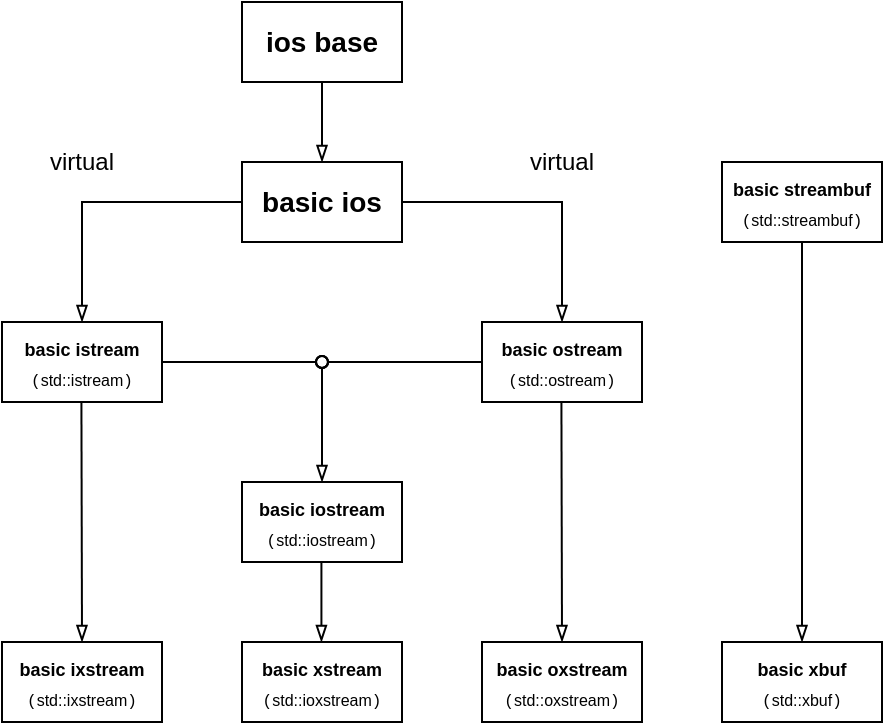
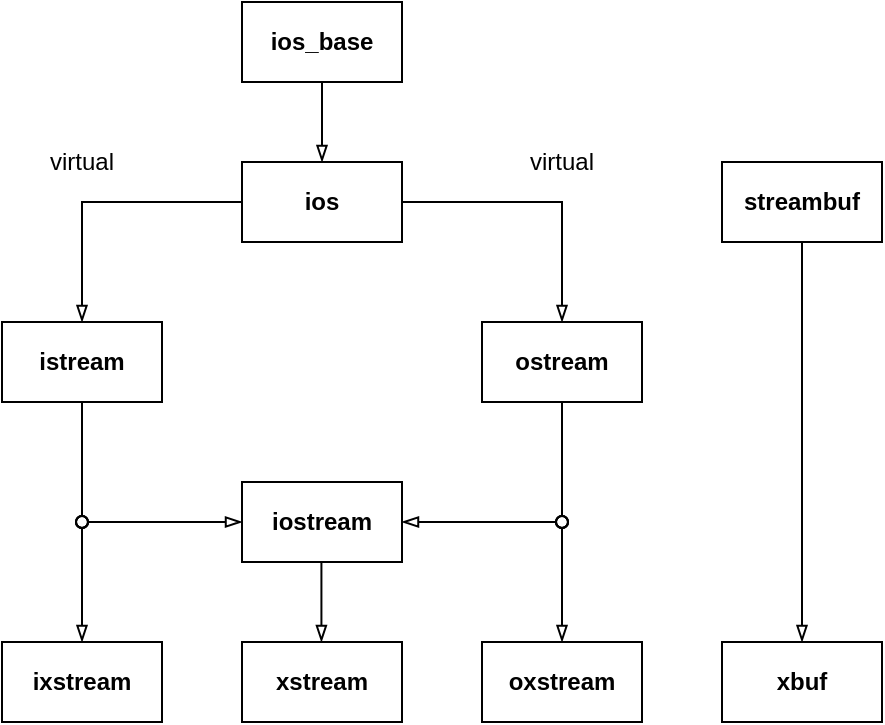
<mxfile host="app.diagrams.net" agent="Mozilla/5.0 (X11; Linux x86_64) AppleWebKit/537.36 (KHTML, like Gecko) Chrome/146.0.0.0 Safari/537.36">
  <diagram name="Страница — 1" id="DQ8imi5eh9gdpLCtXENQ">
-     <mxGraphModel dx="539" dy="317" grid="1" gridSize="10" guides="1" tooltips="1" connect="1" arrows="1" fold="1" page="0" pageScale="1" pageWidth="827" pageHeight="1169" math="0" shadow="0">
+     <mxGraphModel dx="1586" dy="933" grid="1" gridSize="10" guides="1" tooltips="1" connect="1" arrows="1" fold="1" page="0" pageScale="1" pageWidth="827" pageHeight="1169" math="0" shadow="0">
      <root>
        <mxCell id="0" />
        <mxCell id="1" parent="0" />
-         <mxCell id="uXNf4TVWvwjsxXdPjGZj-1" parent="1" style="rounded=0;whiteSpace=wrap;html=1;fontFamily=Helvetica;" value="&lt;b&gt;&lt;font style=&quot;font-size: 14px;&quot;&gt;ios base&lt;/font&gt;&lt;/b&gt;" vertex="1">
+         <mxCell id="uXNf4TVWvwjsxXdPjGZj-1" parent="1" style="rounded=0;whiteSpace=wrap;html=1;fontFamily=Helvetica;fontSize=9;" value="&lt;b&gt;&lt;font style=&quot;font-size: 12px;&quot;&gt;ios_base&lt;/font&gt;&lt;/b&gt;" vertex="1">
          <mxGeometry height="40" width="80" x="360" y="280" as="geometry" />
        </mxCell>
-         <mxCell id="uXNf4TVWvwjsxXdPjGZj-2" parent="1" style="rounded=0;whiteSpace=wrap;html=1;fontFamily=Helvetica;" value="&lt;b&gt;&lt;font style=&quot;font-size: 14px;&quot;&gt;basic ios&lt;/font&gt;&lt;/b&gt;" vertex="1">
+         <mxCell id="uXNf4TVWvwjsxXdPjGZj-2" parent="1" style="rounded=0;whiteSpace=wrap;html=1;fontFamily=Helvetica;fontSize=9;" value="&lt;b&gt;&lt;font style=&quot;font-size: 12px;&quot;&gt;ios&lt;/font&gt;&lt;/b&gt;" vertex="1">
          <mxGeometry height="40" width="80" x="360" y="360" as="geometry" />
        </mxCell>
-         <mxCell id="uXNf4TVWvwjsxXdPjGZj-3" parent="1" style="rounded=0;whiteSpace=wrap;html=1;fontFamily=Helvetica;" value="&lt;b&gt;&lt;font style=&quot;font-size: 9px;&quot;&gt;basic istream&lt;/font&gt;&lt;/b&gt;&lt;div&gt;&lt;span style=&quot;background-color: initial;&quot;&gt;&lt;font style=&quot;font-size: 8px;&quot;&gt;&lt;font face=&quot;Courier New&quot;&gt;(&lt;/font&gt;std::istream&lt;font face=&quot;Courier New&quot;&gt;)&lt;/font&gt;&lt;/font&gt;&lt;/span&gt;&lt;/div&gt;" vertex="1">
+         <mxCell id="uXNf4TVWvwjsxXdPjGZj-3" parent="1" style="rounded=0;whiteSpace=wrap;html=1;fontFamily=Helvetica;fontSize=9;" value="&lt;span style=&quot;background-color: initial; color: light-dark(rgb(0, 0, 0), rgb(255, 255, 255));&quot;&gt;&lt;b&gt;&lt;font style=&quot;font-size: 12px;&quot;&gt;istream&lt;/font&gt;&lt;/b&gt;&lt;/span&gt;" vertex="1">
          <mxGeometry height="40" width="80" x="240" y="440" as="geometry" />
        </mxCell>
-         <mxCell id="uXNf4TVWvwjsxXdPjGZj-4" parent="1" style="rounded=0;whiteSpace=wrap;html=1;fontFamily=Helvetica;" value="&lt;b&gt;&lt;font style=&quot;font-size: 9px;&quot;&gt;basic ostream&lt;/font&gt;&lt;/b&gt;&lt;div&gt;&lt;span style=&quot;background-color: initial;&quot;&gt;&lt;font style=&quot;font-size: 8px;&quot;&gt;&lt;font face=&quot;Courier New&quot;&gt;(&lt;/font&gt;std::ostream&lt;font face=&quot;Courier New&quot;&gt;)&lt;/font&gt;&lt;/font&gt;&lt;/span&gt;&lt;/div&gt;" vertex="1">
+         <mxCell id="uXNf4TVWvwjsxXdPjGZj-4" parent="1" style="rounded=0;whiteSpace=wrap;html=1;fontFamily=Helvetica;fontSize=9;" value="&lt;span style=&quot;background-color: initial; color: light-dark(rgb(0, 0, 0), rgb(255, 255, 255));&quot;&gt;&lt;b&gt;&lt;font style=&quot;font-size: 12px;&quot;&gt;ostream&lt;/font&gt;&lt;/b&gt;&lt;/span&gt;" vertex="1">
          <mxGeometry height="40" width="80" x="480" y="440" as="geometry" />
        </mxCell>
-         <mxCell id="uXNf4TVWvwjsxXdPjGZj-5" parent="1" style="rounded=0;whiteSpace=wrap;html=1;fontFamily=Helvetica;" value="&lt;b&gt;&lt;font style=&quot;font-size: 9px;&quot;&gt;basic iostream&lt;/font&gt;&lt;/b&gt;&lt;div&gt;&lt;span style=&quot;background-color: initial;&quot;&gt;&lt;font style=&quot;font-size: 8px;&quot;&gt;&lt;font face=&quot;Courier New&quot;&gt;(&lt;/font&gt;std::iostream&lt;font face=&quot;Courier New&quot;&gt;)&lt;/font&gt;&lt;/font&gt;&lt;/span&gt;&lt;/div&gt;" vertex="1">
+         <mxCell id="uXNf4TVWvwjsxXdPjGZj-5" parent="1" style="rounded=0;whiteSpace=wrap;html=1;fontFamily=Helvetica;fontSize=9;" value="&lt;span style=&quot;background-color: initial; color: light-dark(rgb(0, 0, 0), rgb(255, 255, 255));&quot;&gt;&lt;b&gt;&lt;font style=&quot;font-size: 12px;&quot;&gt;iostream&lt;/font&gt;&lt;/b&gt;&lt;/span&gt;" vertex="1">
          <mxGeometry height="40" width="80" x="360" y="520" as="geometry" />
        </mxCell>
        <mxCell id="uXNf4TVWvwjsxXdPjGZj-6" edge="1" parent="1" source="uXNf4TVWvwjsxXdPjGZj-3" style="endArrow=none;html=1;rounded=0;exitX=0.5;exitY=0;exitDx=0;exitDy=0;entryX=0;entryY=0.5;entryDx=0;entryDy=0;endFill=0;fontFamily=Helvetica;startFill=0;startArrow=blockThin;" target="uXNf4TVWvwjsxXdPjGZj-2" value="">
          <mxGeometry height="50" relative="1" width="50" as="geometry">
            <Array as="points">
              <mxPoint x="280" y="380" />
            </Array>
            <mxPoint x="230" y="310" as="sourcePoint" />
            <mxPoint x="280" y="260" as="targetPoint" />
          </mxGeometry>
        </mxCell>
        <mxCell id="uXNf4TVWvwjsxXdPjGZj-7" edge="1" parent="1" source="uXNf4TVWvwjsxXdPjGZj-4" style="endArrow=none;html=1;rounded=0;entryX=1;entryY=0.5;entryDx=0;entryDy=0;endFill=0;exitX=0.5;exitY=0;exitDx=0;exitDy=0;fontFamily=Helvetica;startFill=0;startArrow=blockThin;" target="uXNf4TVWvwjsxXdPjGZj-2" value="">
          <mxGeometry height="50" relative="1" width="50" as="geometry">
            <Array as="points">
              <mxPoint x="520" y="380" />
            </Array>
            <mxPoint x="550" y="330" as="sourcePoint" />
            <mxPoint x="370" y="310" as="targetPoint" />
          </mxGeometry>
        </mxCell>
        <mxCell id="uXNf4TVWvwjsxXdPjGZj-9" edge="1" parent="1" source="uXNf4TVWvwjsxXdPjGZj-2" style="endArrow=none;html=1;rounded=0;exitX=0.5;exitY=0;exitDx=0;exitDy=0;entryX=0.5;entryY=1;entryDx=0;entryDy=0;endFill=0;fontFamily=Helvetica;startFill=0;startArrow=blockThin;" target="uXNf4TVWvwjsxXdPjGZj-1" value="">
          <mxGeometry height="50" relative="1" width="50" as="geometry">
            <mxPoint x="470" y="350" as="sourcePoint" />
            <mxPoint x="520" y="300" as="targetPoint" />
          </mxGeometry>
        </mxCell>
-         <mxCell id="uXNf4TVWvwjsxXdPjGZj-14" parent="1" style="rounded=0;whiteSpace=wrap;html=1;fontFamily=Helvetica;" value="&lt;b&gt;&lt;font style=&quot;font-size: 9px;&quot;&gt;basic oxstream&lt;/font&gt;&lt;/b&gt;&lt;div&gt;&lt;span style=&quot;background-color: initial;&quot;&gt;&lt;font style=&quot;font-size: 8px;&quot;&gt;&lt;font face=&quot;Courier New&quot;&gt;(&lt;/font&gt;std::oxstream&lt;font face=&quot;Courier New&quot;&gt;)&lt;/font&gt;&lt;/font&gt;&lt;/span&gt;&lt;/div&gt;" vertex="1">
+         <mxCell id="uXNf4TVWvwjsxXdPjGZj-14" parent="1" style="rounded=0;whiteSpace=wrap;html=1;fontFamily=Helvetica;fontSize=9;" value="&lt;span style=&quot;background-color: initial; color: light-dark(rgb(0, 0, 0), rgb(255, 255, 255));&quot;&gt;&lt;b&gt;&lt;font style=&quot;font-size: 12px;&quot;&gt;oxstream&lt;/font&gt;&lt;/b&gt;&lt;/span&gt;" vertex="1">
          <mxGeometry height="40" width="80" x="480" y="600" as="geometry" />
        </mxCell>
-         <mxCell id="uXNf4TVWvwjsxXdPjGZj-15" parent="1" style="rounded=0;whiteSpace=wrap;html=1;fontFamily=Helvetica;" value="&lt;b&gt;&lt;font style=&quot;font-size: 9px;&quot;&gt;basic ixstream&lt;/font&gt;&lt;/b&gt;&lt;div&gt;&lt;span style=&quot;background-color: initial;&quot;&gt;&lt;font style=&quot;font-size: 8px;&quot;&gt;&lt;font face=&quot;Courier New&quot;&gt;(&lt;/font&gt;std::ixstream&lt;font face=&quot;Courier New&quot;&gt;)&lt;/font&gt;&lt;/font&gt;&lt;/span&gt;&lt;/div&gt;" vertex="1">
+         <mxCell id="uXNf4TVWvwjsxXdPjGZj-15" parent="1" style="rounded=0;whiteSpace=wrap;html=1;fontFamily=Helvetica;fontSize=9;" value="&lt;span style=&quot;background-color: initial; color: light-dark(rgb(0, 0, 0), rgb(255, 255, 255));&quot;&gt;&lt;b&gt;&lt;font style=&quot;font-size: 12px;&quot;&gt;ixstream&lt;/font&gt;&lt;/b&gt;&lt;/span&gt;" vertex="1">
          <mxGeometry height="40" width="80" x="240" y="600" as="geometry" />
        </mxCell>
-         <mxCell id="uXNf4TVWvwjsxXdPjGZj-16" parent="1" style="rounded=0;whiteSpace=wrap;html=1;fontFamily=Helvetica;" value="&lt;b&gt;&lt;font style=&quot;font-size: 9px;&quot;&gt;basic xstream&lt;/font&gt;&lt;/b&gt;&lt;div&gt;&lt;span style=&quot;background-color: initial;&quot;&gt;&lt;font style=&quot;font-size: 8px;&quot;&gt;&lt;font face=&quot;Courier New&quot;&gt;(&lt;/font&gt;std::ioxstream&lt;font face=&quot;Courier New&quot;&gt;)&lt;/font&gt;&lt;/font&gt;&lt;/span&gt;&lt;/div&gt;" vertex="1">
+         <mxCell id="uXNf4TVWvwjsxXdPjGZj-16" parent="1" style="rounded=0;whiteSpace=wrap;html=1;fontFamily=Helvetica;fontSize=9;" value="&lt;span style=&quot;background-color: initial; color: light-dark(rgb(0, 0, 0), rgb(255, 255, 255));&quot;&gt;&lt;b&gt;&lt;font style=&quot;font-size: 12px;&quot;&gt;xstream&lt;/font&gt;&lt;/b&gt;&lt;/span&gt;" vertex="1">
          <mxGeometry height="40" width="80" x="360" y="600" as="geometry" />
        </mxCell>
-         <mxCell id="uXNf4TVWvwjsxXdPjGZj-17" edge="1" parent="1" source="uXNf4TVWvwjsxXdPjGZj-15" style="endArrow=none;html=1;rounded=0;exitX=0.5;exitY=0;exitDx=0;exitDy=0;entryX=0.5;entryY=1;entryDx=0;entryDy=0;endFill=0;fontFamily=Helvetica;startFill=0;startArrow=blockThin;" value="">
+         <mxCell id="uXNf4TVWvwjsxXdPjGZj-17" edge="1" parent="1" source="uXNf4TVWvwjsxXdPjGZj-15" style="endArrow=oval;html=1;rounded=0;exitX=0.5;exitY=0;exitDx=0;exitDy=0;endFill=0;fontFamily=Helvetica;startFill=0;startArrow=blockThin;" value="">
          <mxGeometry height="50" relative="1" width="50" as="geometry">
            <mxPoint x="279.71000000000004" y="520" as="sourcePoint" />
-             <mxPoint x="279.71000000000004" y="480" as="targetPoint" />
+             <mxPoint x="280" y="540" as="targetPoint" />
          </mxGeometry>
        </mxCell>
        <mxCell id="uXNf4TVWvwjsxXdPjGZj-18" edge="1" parent="1" style="endArrow=none;html=1;rounded=0;exitX=0.5;exitY=0;exitDx=0;exitDy=0;entryX=0.5;entryY=1;entryDx=0;entryDy=0;endFill=0;fontFamily=Helvetica;startFill=0;startArrow=blockThin;" value="">
          <mxGeometry height="50" relative="1" width="50" as="geometry">
            <mxPoint x="399.71" y="600" as="sourcePoint" />
            <mxPoint x="399.71" y="560" as="targetPoint" />
          </mxGeometry>
        </mxCell>
-         <mxCell id="uXNf4TVWvwjsxXdPjGZj-19" edge="1" parent="1" source="uXNf4TVWvwjsxXdPjGZj-14" style="endArrow=none;html=1;rounded=0;exitX=0.5;exitY=0;exitDx=0;exitDy=0;entryX=0.5;entryY=1;entryDx=0;entryDy=0;endFill=0;fontFamily=Helvetica;startFill=0;startArrow=blockThin;" value="">
+         <mxCell id="uXNf4TVWvwjsxXdPjGZj-19" edge="1" parent="1" source="uXNf4TVWvwjsxXdPjGZj-14" style="endArrow=oval;html=1;rounded=0;exitX=0.5;exitY=0;exitDx=0;exitDy=0;endFill=0;fontFamily=Helvetica;startFill=0;startArrow=blockThin;" value="">
          <mxGeometry height="50" relative="1" width="50" as="geometry">
            <mxPoint x="519.71" y="520" as="sourcePoint" />
-             <mxPoint x="519.71" y="480" as="targetPoint" />
+             <mxPoint x="520" y="540" as="targetPoint" />
          </mxGeometry>
        </mxCell>
-         <mxCell id="5mokgpeEaxBPW0fvR2Iq-12" parent="1" style="rounded=0;whiteSpace=wrap;html=1;fontFamily=Helvetica;" value="&lt;b&gt;&lt;font style=&quot;font-size: 9px;&quot;&gt;basic streambuf&lt;/font&gt;&lt;/b&gt;&lt;div&gt;&lt;font style=&quot;font-size: 8px;&quot;&gt;&lt;font face=&quot;Courier New&quot;&gt;(&lt;/font&gt;std::streambuf&lt;font face=&quot;Courier New&quot;&gt;)&lt;/font&gt;&lt;/font&gt;&lt;/div&gt;" vertex="1">
+         <mxCell id="5mokgpeEaxBPW0fvR2Iq-12" parent="1" style="rounded=0;whiteSpace=wrap;html=1;fontFamily=Helvetica;fontSize=9;" value="&lt;div&gt;&lt;font style=&quot;font-size: 12px;&quot;&gt;&lt;b style=&quot;&quot;&gt;streambuf&lt;/b&gt;&lt;/font&gt;&lt;/div&gt;" vertex="1">
          <mxGeometry height="40" width="80" x="600" y="360" as="geometry" />
        </mxCell>
-         <mxCell id="HcYr_ZRlxIs8V9ediCQU-1" edge="1" parent="1" source="uXNf4TVWvwjsxXdPjGZj-3" style="endArrow=oval;html=1;rounded=0;exitX=1;exitY=0.5;exitDx=0;exitDy=0;endFill=0;" value="">
+         <mxCell id="HcYr_ZRlxIs8V9ediCQU-1" edge="1" parent="1" source="uXNf4TVWvwjsxXdPjGZj-3" style="endArrow=oval;html=1;rounded=0;exitX=0.5;exitY=1;exitDx=0;exitDy=0;endFill=0;" value="">
          <mxGeometry height="50" relative="1" width="50" as="geometry">
            <mxPoint x="370" y="500" as="sourcePoint" />
-             <mxPoint x="400" y="460" as="targetPoint" />
+             <mxPoint x="280" y="540" as="targetPoint" />
          </mxGeometry>
        </mxCell>
-         <mxCell id="HcYr_ZRlxIs8V9ediCQU-2" edge="1" parent="1" style="endArrow=none;html=1;rounded=0;entryX=0;entryY=0.5;entryDx=0;entryDy=0;startArrow=oval;startFill=0;" target="uXNf4TVWvwjsxXdPjGZj-4" value="">
+         <mxCell id="HcYr_ZRlxIs8V9ediCQU-2" edge="1" parent="1" style="endArrow=none;html=1;rounded=0;entryX=0.5;entryY=1;entryDx=0;entryDy=0;startArrow=oval;startFill=0;" target="uXNf4TVWvwjsxXdPjGZj-4" value="">
          <mxGeometry height="50" relative="1" width="50" as="geometry">
-             <mxPoint x="400" y="460" as="sourcePoint" />
+             <mxPoint x="520" y="540" as="sourcePoint" />
            <mxPoint x="460" y="450" as="targetPoint" />
          </mxGeometry>
        </mxCell>
-         <mxCell id="HcYr_ZRlxIs8V9ediCQU-3" edge="1" parent="1" source="uXNf4TVWvwjsxXdPjGZj-5" style="endArrow=oval;html=1;rounded=0;endFill=0;exitX=0.5;exitY=0;exitDx=0;exitDy=0;startArrow=blockThin;startFill=0;" value="">
+         <mxCell id="HcYr_ZRlxIs8V9ediCQU-3" edge="1" parent="1" source="uXNf4TVWvwjsxXdPjGZj-5" style="endArrow=oval;html=1;rounded=0;endFill=0;exitX=0;exitY=0.5;exitDx=0;exitDy=0;startArrow=blockThin;startFill=0;" value="">
          <mxGeometry height="50" relative="1" width="50" as="geometry">
            <mxPoint x="310" y="520" as="sourcePoint" />
-             <mxPoint x="400" y="460" as="targetPoint" />
+             <mxPoint x="280" y="540" as="targetPoint" />
          </mxGeometry>
        </mxCell>
-         <mxCell id="zeRlFRXAHBMVNKAoWfBS-1" parent="1" style="rounded=0;whiteSpace=wrap;html=1;fontFamily=Helvetica;" value="&lt;b&gt;&lt;font style=&quot;font-size: 9px;&quot;&gt;basic xbuf&lt;/font&gt;&lt;/b&gt;&lt;div&gt;&lt;font style=&quot;font-size: 8px;&quot;&gt;&lt;font face=&quot;Courier New&quot;&gt;(&lt;/font&gt;std::xbuf&lt;font face=&quot;Courier New&quot;&gt;)&lt;/font&gt;&lt;/font&gt;&lt;/div&gt;" vertex="1">
+         <mxCell id="zeRlFRXAHBMVNKAoWfBS-1" parent="1" style="rounded=0;whiteSpace=wrap;html=1;fontFamily=Helvetica;fontSize=9;" value="&lt;div&gt;&lt;font style=&quot;font-size: 12px;&quot;&gt;&lt;b style=&quot;&quot;&gt;xbuf&lt;/b&gt;&lt;/font&gt;&lt;/div&gt;" vertex="1">
          <mxGeometry height="40" width="80" x="600" y="600" as="geometry" />
        </mxCell>
        <mxCell id="zeRlFRXAHBMVNKAoWfBS-2" edge="1" parent="1" source="zeRlFRXAHBMVNKAoWfBS-1" style="endArrow=none;html=1;rounded=0;exitX=0.5;exitY=0;exitDx=0;exitDy=0;entryX=0.5;entryY=1;entryDx=0;entryDy=0;endFill=0;fontFamily=Helvetica;startFill=0;startArrow=blockThin;" target="5mokgpeEaxBPW0fvR2Iq-12" value="">
          <mxGeometry height="50" relative="1" width="50" as="geometry">
            <mxPoint x="650" y="550" as="sourcePoint" />
            <mxPoint x="650" y="510" as="targetPoint" />
          </mxGeometry>
        </mxCell>
-         <mxCell id="sfxGYupz2lWYawyVT9tC-1" parent="1" style="text;html=1;align=center;verticalAlign=middle;whiteSpace=wrap;rounded=0;fontSize=12;" value="&lt;span style=&quot;text-align: right;&quot;&gt;&lt;font&gt;virtual&lt;/font&gt;&lt;/span&gt;" vertex="1">
+         <mxCell id="HihGk4ar9XscbASIhBBB-1" parent="1" style="text;html=1;whiteSpace=wrap;strokeColor=none;fillColor=none;align=center;verticalAlign=middle;rounded=0;" value="virtual" vertex="1">
          <mxGeometry height="40" width="80" x="240" y="340" as="geometry" />
        </mxCell>
-         <mxCell id="sfxGYupz2lWYawyVT9tC-2" parent="1" style="text;html=1;align=center;verticalAlign=middle;whiteSpace=wrap;rounded=0;fontSize=12;" value="&lt;span style=&quot;text-align: right;&quot;&gt;&lt;font&gt;virtual&lt;/font&gt;&lt;/span&gt;" vertex="1">
+         <mxCell id="E3Z-PkBHGNxE9BTzWSwr-1" parent="1" style="text;html=1;whiteSpace=wrap;strokeColor=none;fillColor=none;align=center;verticalAlign=middle;rounded=0;" value="virtual" vertex="1">
          <mxGeometry height="40" width="80" x="480" y="340" as="geometry" />
+         </mxCell>
+         <mxCell id="vi_So-QkLGiX3ZDJHC8P-1" edge="1" parent="1" source="uXNf4TVWvwjsxXdPjGZj-5" style="endArrow=oval;html=1;rounded=0;endFill=0;exitX=1;exitY=0.5;exitDx=0;exitDy=0;startArrow=blockThin;startFill=0;" value="">
+           <mxGeometry height="50" relative="1" width="50" as="geometry">
+             <mxPoint x="510" y="480" as="sourcePoint" />
+             <mxPoint x="520" y="540" as="targetPoint" />
+           </mxGeometry>
        </mxCell>
      </root>
    </mxGraphModel>
  </diagram>
</mxfile>
